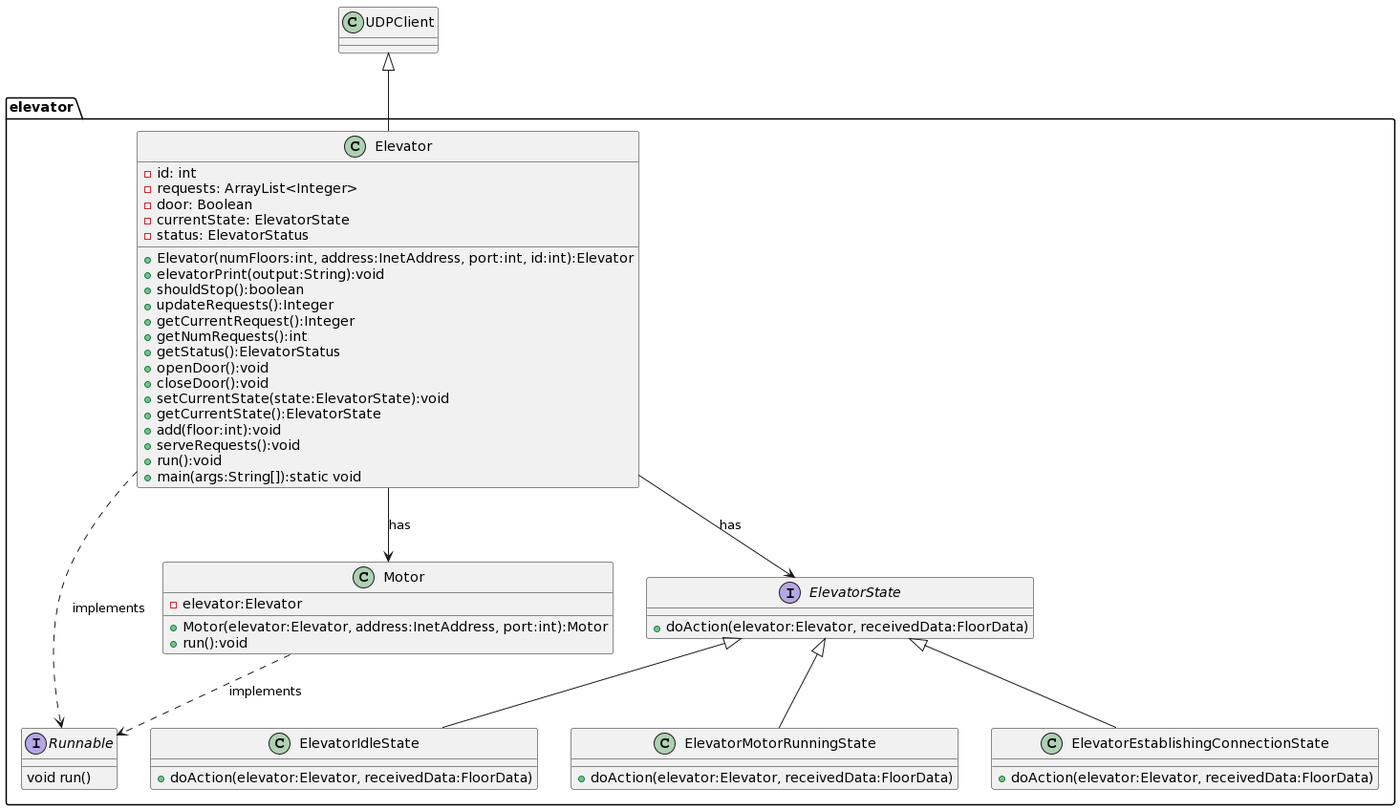
Before: docs/ElevatorSubsystemClassDiagram.png, a diagram exported from PlantUML (kavvykav/SYSC3303-project).
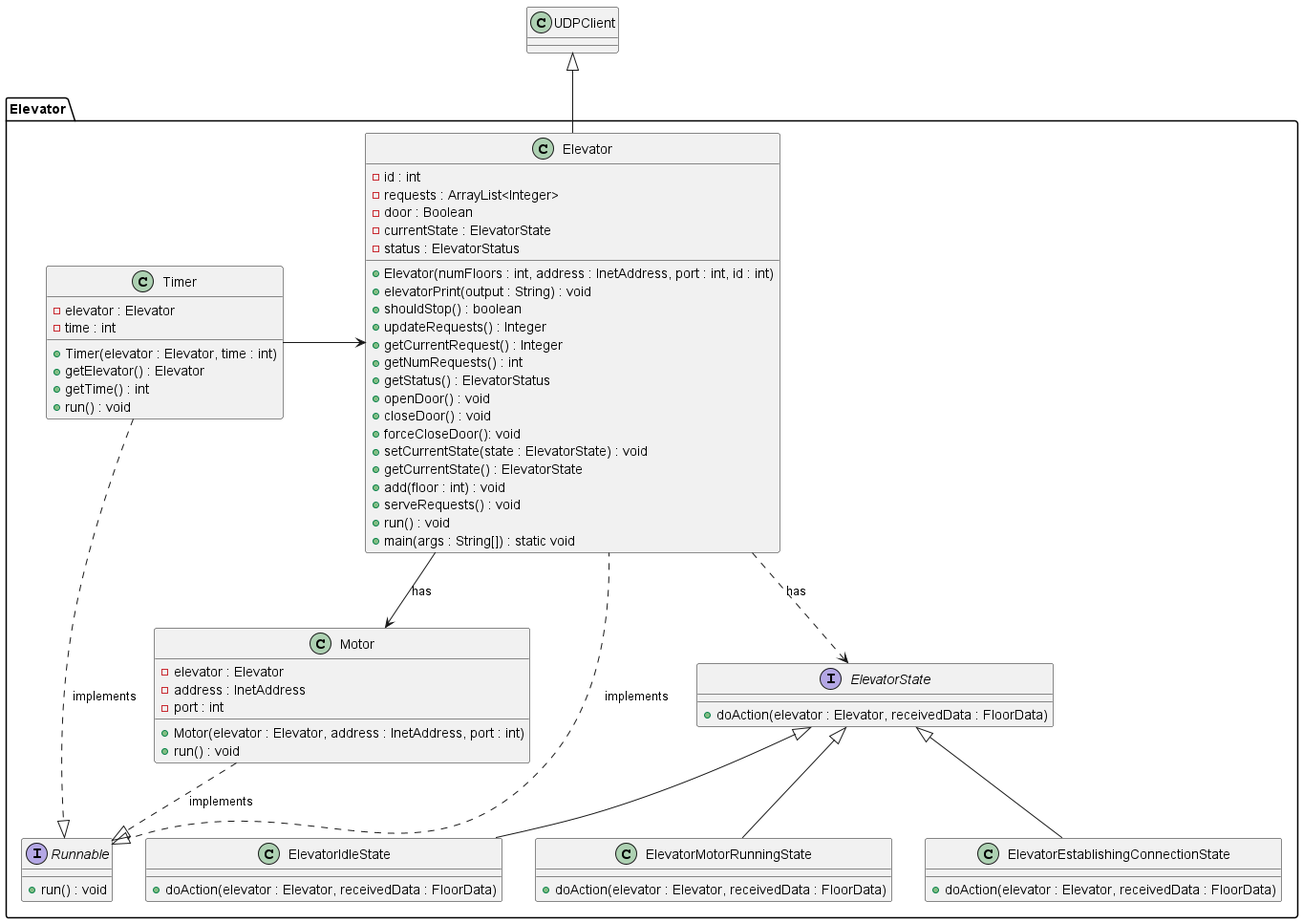
The same diagram one commit later.

The edit, as a diff of the source:
```diff
@@ -1,68 +1,89 @@
 @startuml
+
 class UDPClient {
-
 }
-package elevator{
-
-
-
-interface Runnable {
-    void run()
-}
+package Elevator{
 
 class Elevator {
-    -id: int
-    -requests: ArrayList<Integer>
-    -door: Boolean
-    -currentState: ElevatorState
-    -status: ElevatorStatus
-    +Elevator(numFloors:int, address:InetAddress, port:int, id:int):Elevator
-    +elevatorPrint(output:String):void
-+shouldStop():boolean
-+updateRequests():Integer
-+getCurrentRequest():Integer
-+getNumRequests():int
-    +getStatus():ElevatorStatus
-    +openDoor():void
-    +closeDoor():void
-    +setCurrentState(state:ElevatorState):void
-+getCurrentState():ElevatorState
-+add(floor:int):void
-+serveRequests():void
-+run():void
-+main(args:String[]):static void
-}
+    - id : int
+    - requests : ArrayList<Integer>
+    - door : Boolean
+    - currentState : ElevatorState
+    - status : ElevatorStatus
 
-class Motor {
--elevator:Elevator
-+Motor(elevator:Elevator, address:InetAddress, port:int):Motor
-+run():void
+    + Elevator(numFloors : int, address : InetAddress, port : int, id : int)
+    + elevatorPrint(output : String) : void
+    + shouldStop() : boolean
+    + updateRequests() : Integer
+    + getCurrentRequest() : Integer
+    + getNumRequests() : int
+    + getStatus() : ElevatorStatus
+    + openDoor() : void
+    + closeDoor() : void
+    + forceCloseDoor(): void
+    + setCurrentState(state : ElevatorState) : void
+    + getCurrentState() : ElevatorState
+    + add(floor : int) : void
+    + serveRequests() : void
+    + run() : void
+    + main(args : String[]) : static void
 
 }
 
 interface ElevatorState {
-+doAction(elevator:Elevator, receivedData:FloorData)
+    + doAction(elevator : Elevator, receivedData : FloorData)
 }
 
 class ElevatorIdleState {
-+doAction(elevator:Elevator, receivedData:FloorData)
+    + doAction(elevator : Elevator, receivedData : FloorData)
 }
 
 class ElevatorMotorRunningState {
-+doAction(elevator:Elevator, receivedData:FloorData)
+    + doAction(elevator : Elevator, receivedData : FloorData)
+}
+
+class ElevatorEstablishingConnectionState {
+    + doAction(elevator : Elevator, receivedData : FloorData)
+}
+
+interface Runnable {
+    + run() : void
+}
+
+class Motor {
+    - elevator : Elevator
+    - address : InetAddress
+    - port : int
+
+    + Motor(elevator : Elevator, address : InetAddress, port : int)
+    + run() : void
+}
+
+class Timer {
+        - elevator : Elevator
+        - time : int
+
+        + Timer(elevator : Elevator, time : int)
+        + getElevator() : Elevator
+        + getTime() : int
+        + run() : void
+    }
+
+top to bottom direction
+Timer ..|> Runnable : implements
+Timer ->  Elevator
+
+Elevator -down-> Motor: has
+Elevator ..> ElevatorState : has
+
+ElevatorState <|-down- ElevatorIdleState
+ElevatorState <|-down- ElevatorMotorRunningState
+ElevatorState <|-down- ElevatorEstablishingConnectionState
+UDPClient <|-down- Elevator
+Runnable <|.. Elevator : implements
+Motor ..|> Runnable : implements
 }
 
 
-class ElevatorEstablishingConnectionState {
-+doAction(elevator:Elevator, receivedData:FloorData)
-}
 
-Elevator --> Motor : has
-Elevator --> ElevatorState : has
-UDPClient <|-- Elevator
-ElevatorState <|-- ElevatorEstablishingConnectionState
-ElevatorState <|-- ElevatorIdleState
-ElevatorState <|-- ElevatorMotorRunningState
-Elevator ..> Runnable : implements
-Motor ..> Runnable : implements
 @enduml
```
